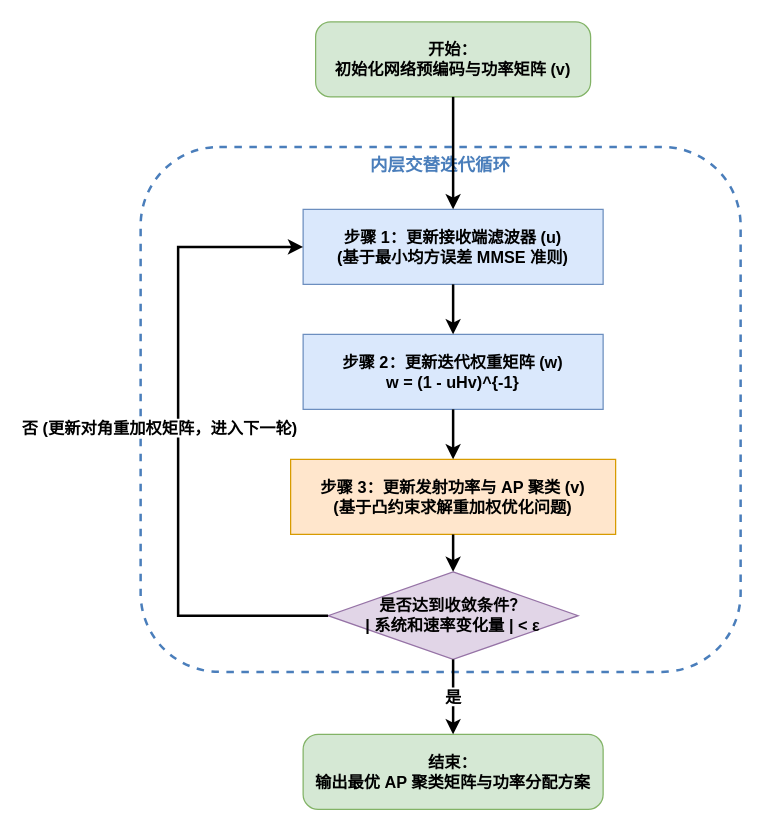
This is 电赛扫频操作流程图.drawio from youmiwei/drawio, a draw.io file, before an edit. Source tidied: cells renumbered, new cells numbered last; positions are measured from the earlier drawing's top-left corner, leaving out a move shared by most shapes. Both pictures are drawn from the tidied source at 125%, with x=0, y=0 at pixel (140, 21).
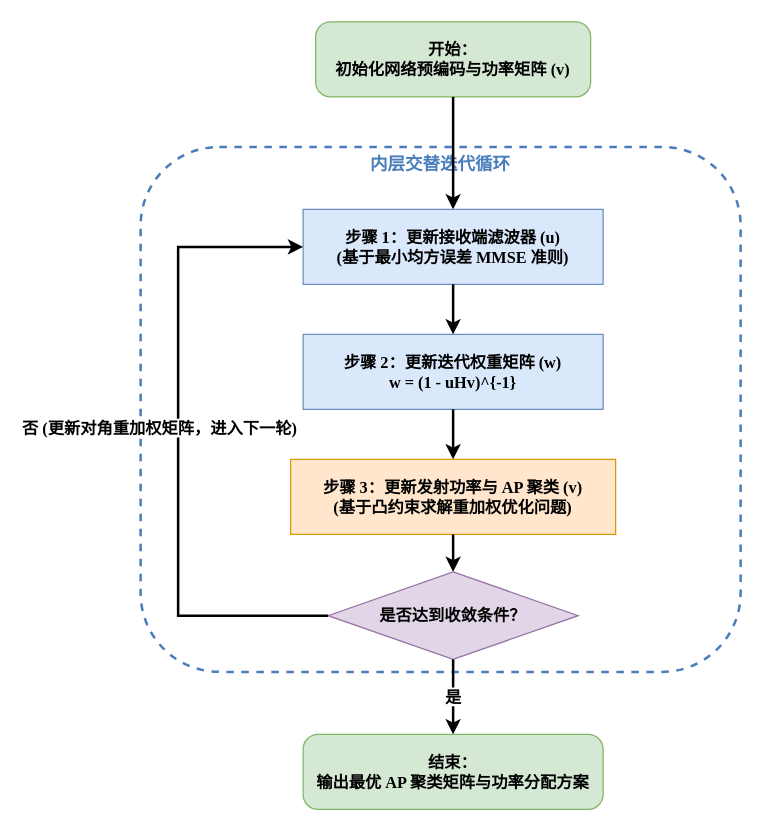
The same diagram, later.

Commit message (it also covers changes not shown here):
更新电赛扫频操作流程图.drawio

Diff of the diagram source:
```diff
@@
 <mxGraphModel>
   <root>
     <mxCell id="0" />
     <mxCell id="1" parent="0" />
-    <mxCell id="2" value="内层交替迭代循环" style="rounded=1;whiteSpace=wrap;html=1;fillColor=none;strokeColor=#4A7ebb;strokeWidth=2;dashed=1;verticalAlign=top;fontStyle=1;fontSize=14;fontColor=#4A7ebb;fontFamily=SimSun;" parent="1" vertex="1">
+    <mxCell id="2" value="&lt;span&gt;内层交替迭代循环&lt;/span&gt;" style="rounded=1;whiteSpace=wrap;html=1;fillColor=none;strokeColor=#4A7ebb;strokeWidth=2;dashed=1;verticalAlign=top;fontStyle=1;fontSize=14;fontColor=#4A7ebb;fontFamily=Times New Roman;" parent="1" vertex="1">
       <mxGeometry y="100" width="480" height="420" as="geometry" />
     </mxCell>
-    <mxCell id="3" value="开始：&#10;初始化网络预编码与功率矩阵 (v)" style="rounded=1;whiteSpace=wrap;html=1;fillColor=#d5e8d4;strokeColor=#82b366;fontStyle=1;arcSize=20;fontFamily=SimSun;fontSize=13;" parent="1" vertex="1">
+    <mxCell id="3" value="开始：&#10;初始化网络预编码与功率矩阵 (v)" style="rounded=1;whiteSpace=wrap;html=1;fillColor=#d5e8d4;strokeColor=#82b366;fontStyle=1;arcSize=20;fontFamily=Times New Roman;fontSize=13;" parent="1" vertex="1">
       <mxGeometry x="140" width="220" height="60" as="geometry" />
     </mxCell>
-    <mxCell id="4" value="步骤 1：更新接收端滤波器 (u)&#10;(基于最小均方误差 MMSE 准则)" style="rounded=0;whiteSpace=wrap;html=1;fillColor=#dae8fc;strokeColor=#6c8ebf;fontStyle=1;fontFamily=SimSun;fontSize=13;" parent="1" vertex="1">
+    <mxCell id="4" value="步骤 1：更新接收端滤波器 (u)&#10;(基于最小均方误差 MMSE 准则)" style="rounded=0;whiteSpace=wrap;html=1;fillColor=#dae8fc;strokeColor=#6c8ebf;fontStyle=1;fontFamily=Times New Roman;fontSize=13;" parent="1" vertex="1">
       <mxGeometry x="130" y="150" width="240" height="60" as="geometry" />
     </mxCell>
-    <mxCell id="5" value="步骤 2：更新迭代权重矩阵 (w)&#10;w = (1 - uHv)^{-1}" style="rounded=0;whiteSpace=wrap;html=1;fillColor=#dae8fc;strokeColor=#6c8ebf;fontStyle=1;fontFamily=SimSun;fontSize=13;" parent="1" vertex="1">
+    <mxCell id="5" value="步骤 2：更新迭代权重矩阵 (w)&#10;w = (1 - uHv)^{-1}" style="rounded=0;whiteSpace=wrap;html=1;fillColor=#dae8fc;strokeColor=#6c8ebf;fontStyle=1;fontFamily=Times New Roman;fontSize=13;" parent="1" vertex="1">
       <mxGeometry x="130" y="250" width="240" height="60" as="geometry" />
     </mxCell>
-    <mxCell id="6" value="步骤 3：更新发射功率与 AP 聚类 (v)&#10;(基于凸约束求解重加权优化问题)" style="rounded=0;whiteSpace=wrap;html=1;fillColor=#ffe6cc;strokeColor=#d79b00;fontStyle=1;fontFamily=SimSun;fontSize=13;" parent="1" vertex="1">
+    <mxCell id="6" value="步骤 3：更新发射功率与 AP 聚类 (v)&#10;(基于凸约束求解重加权优化问题)" style="rounded=0;whiteSpace=wrap;html=1;fillColor=#ffe6cc;strokeColor=#d79b00;fontStyle=1;fontFamily=Times New Roman;fontSize=13;" parent="1" vertex="1">
       <mxGeometry x="120" y="350" width="260" height="60" as="geometry" />
     </mxCell>
-    <mxCell id="7" value="是否达到收敛条件？&#10;| 系统和速率变化量 | &lt; ε" style="rhombus;whiteSpace=wrap;html=1;fillColor=#e1d5e7;strokeColor=#9673a6;fontStyle=1;fontFamily=SimSun;fontSize=13;" parent="1" vertex="1">
+    <mxCell id="7" value="是否达到收敛条件？" style="rhombus;whiteSpace=wrap;html=1;fillColor=#e1d5e7;strokeColor=#9673a6;fontStyle=1;fontFamily=Times New Roman;fontSize=13;" parent="1" vertex="1">
       <mxGeometry x="150" y="440" width="200" height="70" as="geometry" />
     </mxCell>
-    <mxCell id="8" value="结束：&#10;输出最优 AP 聚类矩阵与功率分配方案" style="rounded=1;whiteSpace=wrap;html=1;fillColor=#d5e8d4;strokeColor=#82b366;fontStyle=1;arcSize=20;fontFamily=SimSun;fontSize=13;" parent="1" vertex="1">
+    <mxCell id="8" value="结束：&#10;输出最优 AP 聚类矩阵与功率分配方案" style="rounded=1;whiteSpace=wrap;html=1;fillColor=#d5e8d4;strokeColor=#82b366;fontStyle=1;arcSize=20;fontFamily=Times New Roman;fontSize=13;" parent="1" vertex="1">
       <mxGeometry x="130" y="570" width="240" height="60" as="geometry" />
     </mxCell>
-    <mxCell id="9" style="edgeStyle=orthogonalEdgeStyle;rounded=0;jettySize=auto;html=1;strokeWidth=2;endArrow=classic;" parent="1" edge="1" source="3" target="4">
+    <mxCell id="9" style="edgeStyle=orthogonalEdgeStyle;rounded=0;jettySize=auto;html=1;strokeWidth=2;endArrow=classic;fontFamily=Times New Roman;" parent="1" edge="1" source="3" target="4">
       <mxGeometry relative="1" as="geometry" />
     </mxCell>
-    <mxCell id="10" style="edgeStyle=orthogonalEdgeStyle;rounded=0;jettySize=auto;html=1;strokeWidth=2;endArrow=classic;" parent="1" edge="1" source="4" target="5">
+    <mxCell id="10" style="edgeStyle=orthogonalEdgeStyle;rounded=0;jettySize=auto;html=1;strokeWidth=2;endArrow=classic;fontFamily=Times New Roman;" parent="1" edge="1" source="4" target="5">
       <mxGeometry relative="1" as="geometry" />
     </mxCell>
-    <mxCell id="11" style="edgeStyle=orthogonalEdgeStyle;rounded=0;jettySize=auto;html=1;strokeWidth=2;endArrow=classic;" parent="1" edge="1" source="5" target="6">
+    <mxCell id="11" style="edgeStyle=orthogonalEdgeStyle;rounded=0;jettySize=auto;html=1;strokeWidth=2;endArrow=classic;fontFamily=Times New Roman;" parent="1" edge="1" source="5" target="6">
       <mxGeometry relative="1" as="geometry" />
     </mxCell>
-    <mxCell id="12" style="edgeStyle=orthogonalEdgeStyle;rounded=0;jettySize=auto;html=1;strokeWidth=2;endArrow=classic;" parent="1" edge="1" source="6" target="7">
+    <mxCell id="12" style="edgeStyle=orthogonalEdgeStyle;rounded=0;jettySize=auto;html=1;strokeWidth=2;endArrow=classic;fontFamily=Times New Roman;" parent="1" edge="1" source="6" target="7">
       <mxGeometry relative="1" as="geometry" />
     </mxCell>
-    <mxCell id="13" value="是" style="edgeStyle=orthogonalEdgeStyle;rounded=0;jettySize=auto;html=1;strokeWidth=2;endArrow=classic;fontStyle=1;fontFamily=SimSun;fontSize=13;" parent="1" edge="1" source="7" target="8">
+    <mxCell id="13" value="是" style="edgeStyle=orthogonalEdgeStyle;rounded=0;jettySize=auto;html=1;strokeWidth=2;endArrow=classic;fontStyle=1;fontFamily=Times New Roman;fontSize=13;" parent="1" edge="1" source="7" target="8">
       <mxGeometry relative="1" as="geometry" />
     </mxCell>
-    <mxCell id="14" value="否 (更新对角重加权矩阵，进入下一轮)" style="edgeStyle=orthogonalEdgeStyle;rounded=0;jettySize=auto;html=1;strokeWidth=2;endArrow=classic;fontStyle=1;fontFamily=SimSun;fontSize=13;exitX=0;exitY=0.5;exitDx=0;exitDy=0;entryX=0;entryY=0.5;entryDx=0;entryDy=0;" parent="1" edge="1" source="7" target="4">
+    <mxCell id="14" value="否 (更新对角重加权矩阵，进入下一轮)" style="edgeStyle=orthogonalEdgeStyle;rounded=0;jettySize=auto;html=1;strokeWidth=2;endArrow=classic;fontStyle=1;fontFamily=Times New Roman;fontSize=13;exitX=0;exitY=0.5;exitDx=0;exitDy=0;entryX=0;entryY=0.5;entryDx=0;entryDy=0;" parent="1" edge="1" source="7" target="4">
       <mxGeometry x="0.05" y="15" relative="1" as="geometry">
         <Array as="points">
           <mxPoint x="30" y="475" />
           <mxPoint x="30" y="180" />
         </Array>
       </mxGeometry>
     </mxCell>
   </root>
 </mxGraphModel>
```
